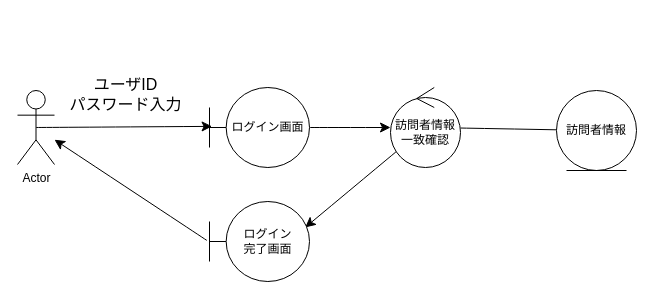
The draw.io diagram robustness_login.drawio in kTaiga1016/Group2-6practice, before the edit. Source tidied: cells renumbered, new cells numbered last; positions are measured from the earlier drawing's top-left corner, leaving out a move shared by most shapes. Both pictures are drawn from the tidied source at 100%, with x=0, y=0 at pixel (17, 69).
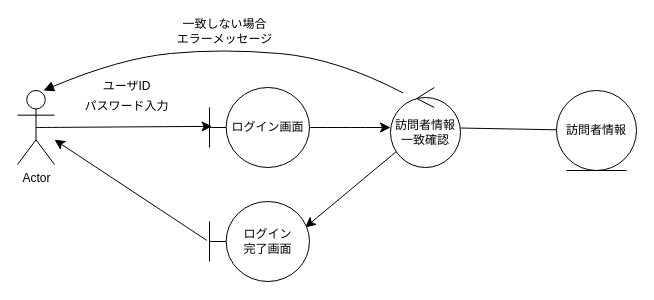
The same diagram, later.

Change to the diagram source:
```diff
@@
 <mxGraphModel>
   <root>
     <mxCell id="0" />
     <mxCell id="1" parent="0" />
     <mxCell id="2" value="Actor" style="shape=umlActor;verticalLabelPosition=bottom;verticalAlign=top;html=1;" parent="1" vertex="1">
       <mxGeometry y="21" width="37" height="74" as="geometry" />
     </mxCell>
     <mxCell id="3" style="edgeStyle=none;curved=1;rounded=0;jettySize=auto;html=1;fontSize=12;startSize=8;endSize=8;" parent="1" edge="1" source="4" target="8">
       <mxGeometry relative="1" as="geometry" />
     </mxCell>
     <mxCell id="4" value="ログイン画面" style="shape=umlBoundary;whiteSpace=wrap;html=1;" parent="1" vertex="1">
       <mxGeometry x="192" y="18" width="100" height="80" as="geometry" />
     </mxCell>
     <mxCell id="5" style="edgeStyle=none;curved=1;rounded=0;jettySize=auto;html=1;exitX=0.5;exitY=0.5;exitDx=0;exitDy=0;exitPerimeter=0;entryX=0.026;entryY=0.486;entryDx=0;entryDy=0;entryPerimeter=0;fontSize=12;startSize=8;endSize=8;" parent="1" edge="1" source="2" target="4">
       <mxGeometry relative="1" as="geometry" />
     </mxCell>
     <mxCell id="6" style="edgeStyle=none;curved=1;rounded=0;jettySize=auto;html=1;fontSize=12;startSize=8;endSize=8;entryX=0.957;entryY=0.324;entryDx=0;entryDy=0;entryPerimeter=0;" parent="1" edge="1" source="8" target="10">
       <mxGeometry relative="1" as="geometry" />
     </mxCell>
     <mxCell id="7" style="edgeStyle=none;curved=1;rounded=0;jettySize=auto;html=1;fontSize=12;startSize=8;endSize=8;endArrow=none;endFill=0;" parent="1" edge="1" source="8" target="12">
       <mxGeometry relative="1" as="geometry" />
     </mxCell>
     <mxCell id="8" value="訪問者情報一致確認" style="ellipse;shape=umlControl;whiteSpace=wrap;html=1;" parent="1" vertex="1">
       <mxGeometry x="373" y="18" width="70" height="80" as="geometry" />
     </mxCell>
     <mxCell id="9" style="edgeStyle=none;curved=1;rounded=0;jettySize=auto;html=1;fontSize=12;startSize=8;endSize=8;exitX=-0.026;exitY=0.487;exitDx=0;exitDy=0;exitPerimeter=0;" parent="1" edge="1" source="10" target="2">
       <mxGeometry relative="1" as="geometry" />
     </mxCell>
     <mxCell id="10" value="ログイン&lt;br&gt;完了画面" style="shape=umlBoundary;whiteSpace=wrap;html=1;" parent="1" vertex="1">
       <mxGeometry x="192" y="132" width="100" height="80" as="geometry" />
     </mxCell>
-    <mxCell id="11" value="ユーザID&lt;br&gt;パスワード入力" style="text;html=1;align=center;verticalAlign=middle;strokeColor=none;fillColor=none;fontSize=16;" parent="1" vertex="1">
-      <mxGeometry x="43" width="130" height="50" as="geometry" />
+    <mxCell id="11" value="&lt;font style=&quot;font-size: 12px;&quot;&gt;ユーザID&lt;br&gt;パスワード入力&lt;/font&gt;" style="text;html=1;align=center;verticalAlign=middle;strokeColor=none;fillColor=none;fontSize=16;" parent="1" vertex="1">
+      <mxGeometry x="58" width="102" height="50" as="geometry" />
     </mxCell>
     <mxCell id="12" value="訪問者情報" style="ellipse;shape=umlEntity;whiteSpace=wrap;html=1;" parent="1" vertex="1">
       <mxGeometry x="539" y="21" width="80" height="80" as="geometry" />
     </mxCell>
+    <mxCell id="13" value="一致しない場合&lt;br&gt;エラーメッセージ" style="html=1;verticalAlign=bottom;endArrow=block;curved=1;rounded=0;fontSize=12;startSize=8;endSize=8;exitX=0.207;exitY=0.194;exitDx=0;exitDy=0;exitPerimeter=0;" parent="1" edge="1">
+      <mxGeometry relative="1" as="geometry">
+        <mxPoint x="385.7" y="23.5" as="sourcePoint" />
+        <mxPoint x="26" y="21" as="targetPoint" />
+        <Array as="points">
+          <mxPoint x="320" y="-11" />
+          <mxPoint x="204" y="-21" />
+          <mxPoint x="102" y="-11" />
+        </Array>
+      </mxGeometry>
+    </mxCell>
   </root>
 </mxGraphModel>
```
